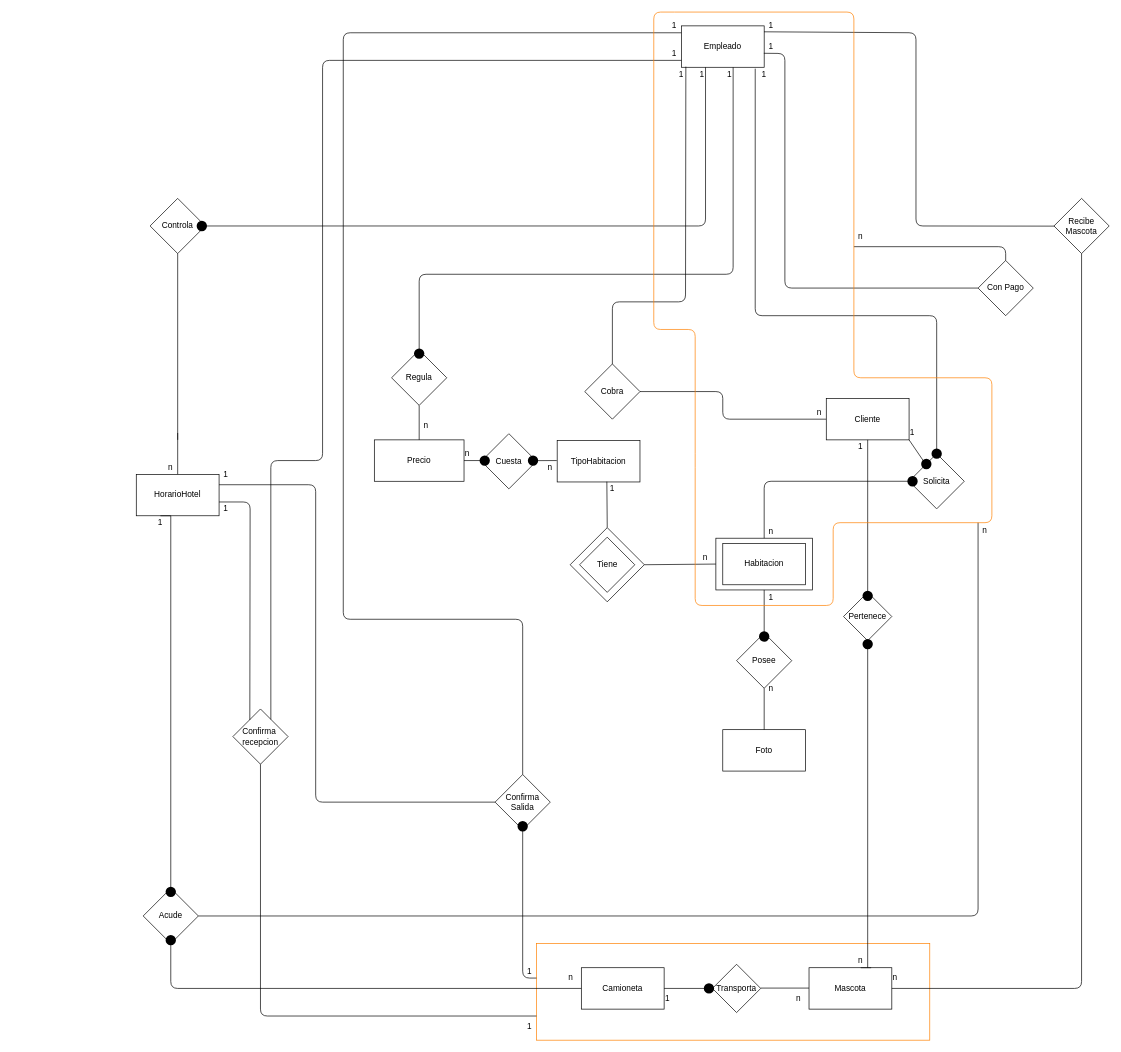
Above: Mer 2908 v1.drawio in martinakarszensztejn/proyectomajime (draw.io), before the change. Source tidied: cells renumbered, new cells numbered last; positions are measured from the earlier drawing's top-left corner, leaving out a move shared by most shapes. Both pictures are drawn from the tidied source at 69%, with x=0, y=0 at pixel (12, 12).
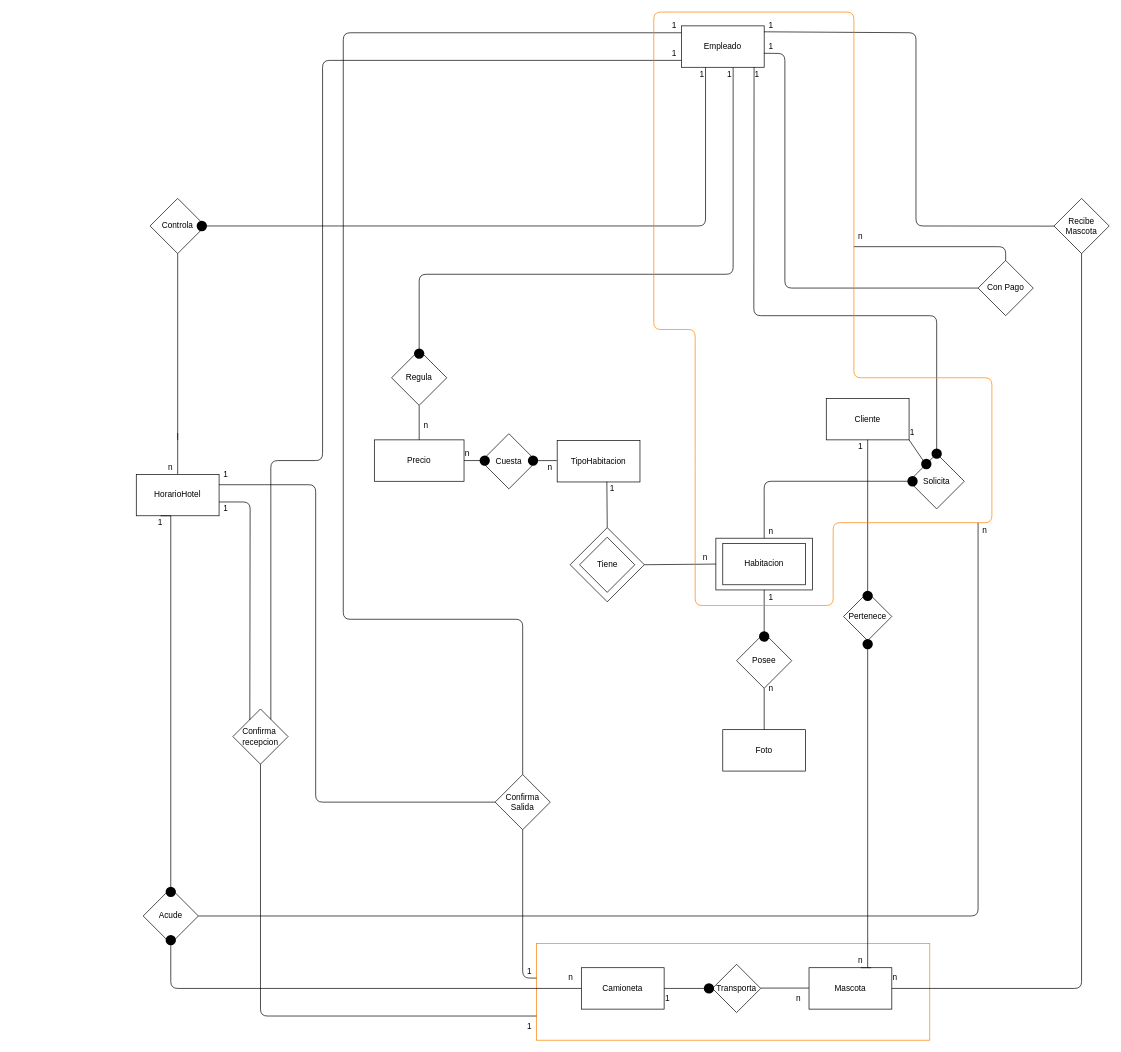
The same page after the edit.

Unchanged cells that the change refers to:
```xml
<mxCell id="8" value="Empleado" style="rounded=0;whiteSpace=wrap;html=1;" parent="1" vertex="1">
  <mxGeometry x="970" y="20" width="120" height="60" as="geometry" />
</mxCell>
<mxCell id="41" value="Solicita" style="rhombus;whiteSpace=wrap;html=1;strokeColor=#000000;strokeWidth=1;fillColor=#FFFFFF;" parent="1" vertex="1">
  <mxGeometry x="1300" y="640" width="80" height="80" as="geometry" />
</mxCell>
```

Change to the diagram source:
```diff
@@
-    <mxCell id="5" value="Cobra" style="rhombus;whiteSpace=wrap;html=1;" parent="1" vertex="1">
-      <mxGeometry x="830" y="510" width="80" height="80" as="geometry" />
-    </mxCell>
-    <mxCell id="6" style="endArrow=none;html=1;exitX=1;exitY=0.5;exitDx=0;exitDy=0;" parent="1" edge="1" source="5">
-      <mxGeometry relative="1" as="geometry">
-        <mxPoint x="1180" y="590" as="targetPoint" />
-        <Array as="points">
-          <mxPoint x="1030" y="550" />
-          <mxPoint x="1030" y="590" />
-        </Array>
-      </mxGeometry>
-    </mxCell>
@@
-    <mxCell id="26" style="endArrow=none;html=1;exitX=0.5;exitY=0;exitDx=0;exitDy=0;entryX=0.054;entryY=0.986;entryDx=0;entryDy=0;entryPerimeter=0;" parent="1" edge="1" source="5" target="8">
-      <mxGeometry relative="1" as="geometry">
-        <Array as="points">
-          <mxPoint x="870" y="420" />
-          <mxPoint x="976" y="420" />
-        </Array>
-      </mxGeometry>
-    </mxCell>
@@
-    <mxCell id="38" style="endArrow=none;html=1;strokeColor=#000000;entryX=0.5;entryY=0;entryDx=0;entryDy=0;exitX=0.892;exitY=1.033;exitDx=0;exitDy=0;exitPerimeter=0;" parent="1" edge="1" source="8" target="41">
+    <mxCell id="38" style="endArrow=none;html=1;strokeColor=#000000;entryX=0.5;entryY=0;entryDx=0;entryDy=0;exitX=0.384;exitY=-0.02;exitDx=0;exitDy=0;exitPerimeter=0;" parent="1" edge="1" source="95" target="41">
       <mxGeometry relative="1" as="geometry">
         <Array as="points">
-          <mxPoint x="1077" y="440" />
+          <mxPoint x="1075" y="440" />
           <mxPoint x="1340" y="440" />
         </Array>
       </mxGeometry>
     </mxCell>
@@
-    <mxCell id="92" style="ellipse;whiteSpace=wrap;html=1;strokeColor=#000000;strokeWidth=5;fillColor=#000000;" parent="1" vertex="1">
-      <mxGeometry x="735" y="1175" width="10" height="10" as="geometry" />
-    </mxCell>
@@
     <mxCell id="95" value="1" style="text;html=1;strokeColor=none;fillColor=none;align=center;verticalAlign=middle;whiteSpace=wrap;rounded=0;" parent="1" vertex="1">
-      <mxGeometry x="1070" y="80" width="40" height="20" as="geometry" />
+      <mxGeometry x="1060" y="80" width="40" height="20" as="geometry" />
     </mxCell>
@@
-    <mxCell id="97" value="n" style="text;html=1;strokeColor=none;fillColor=none;align=center;verticalAlign=middle;whiteSpace=wrap;rounded=0;" parent="1" vertex="1">
-      <mxGeometry x="1150" y="570" width="40" height="20" as="geometry" />
-    </mxCell>
@@
-    <mxCell id="115" value="1" style="text;html=1;strokeColor=none;fillColor=none;align=center;verticalAlign=middle;whiteSpace=wrap;rounded=0;" parent="1" vertex="1">
-      <mxGeometry x="950" y="80" width="40" height="20" as="geometry" />
-    </mxCell>
```
